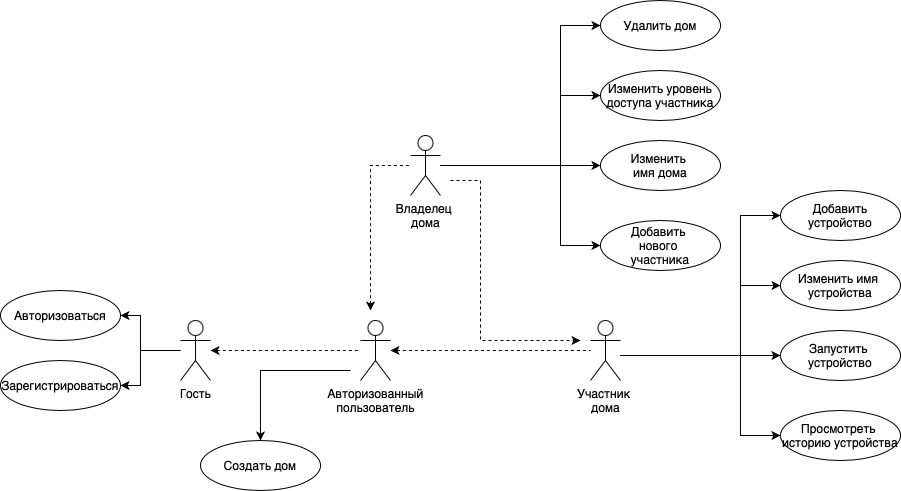
The draw.io diagram report/img/ucd.png in Mamvriyskiy/IoT-system, before a commit. Source tidied: cells renumbered, new cells last; positions are measured from the earlier drawing's top-left corner, leaving out a move shared by most shapes. Its diagram source:
```xml
<mxGraphModel>
  <root>
    <mxCell id="0" />
    <mxCell id="1" parent="0" />
    <mxCell id="2" value="Авторизованный&lt;div&gt;пользователь&lt;/div&gt;" style="shape=umlActor;verticalLabelPosition=bottom;verticalAlign=top;html=1;outlineConnect=0;" parent="1" vertex="1">
      <mxGeometry x="360" y="320" width="30" height="60" as="geometry" />
    </mxCell>
    <mxCell id="3" value="Гость&lt;br&gt;&lt;div&gt;&lt;br&gt;&lt;/div&gt;" style="shape=umlActor;verticalLabelPosition=bottom;verticalAlign=top;html=1;outlineConnect=0;" parent="1" vertex="1">
      <mxGeometry x="180" y="320" width="30" height="60" as="geometry" />
    </mxCell>
    <mxCell id="4" value="Участник&amp;nbsp;&lt;div&gt;дома&lt;/div&gt;" style="shape=umlActor;verticalLabelPosition=bottom;verticalAlign=top;html=1;outlineConnect=0;" parent="1" vertex="1">
      <mxGeometry x="590" y="320" width="30" height="60" as="geometry" />
    </mxCell>
    <mxCell id="5" value="Владелец&amp;nbsp;&lt;div&gt;дома&lt;/div&gt;" style="shape=umlActor;verticalLabelPosition=bottom;verticalAlign=top;html=1;outlineConnect=0;" parent="1" vertex="1">
      <mxGeometry x="410" y="135" width="30" height="60" as="geometry" />
    </mxCell>
    <mxCell id="6" style="endArrow=none;dashed=1;html=1;rounded=0;startArrow=classic;startFill=1;endFill=0;" parent="1" edge="1" source="2" target="4">
      <mxGeometry relative="1" as="geometry" />
    </mxCell>
    <mxCell id="7" style="endArrow=none;dashed=1;html=1;rounded=0;startArrow=classic;startFill=1;endFill=0;" parent="1" edge="1" target="5">
      <mxGeometry relative="1" as="geometry">
        <mxPoint x="370" y="310" as="sourcePoint" />
        <Array as="points">
          <mxPoint x="370" y="165" />
        </Array>
      </mxGeometry>
    </mxCell>
    <mxCell id="8" style="endArrow=none;dashed=1;html=1;rounded=0;startArrow=classic;startFill=1;endFill=0;" parent="1" edge="1" source="3" target="2">
      <mxGeometry relative="1" as="geometry" />
    </mxCell>
    <mxCell id="9" value="Авторизоваться" style="ellipse;whiteSpace=wrap;html=1;" parent="1" vertex="1">
      <mxGeometry y="290" width="120" height="50" as="geometry" />
    </mxCell>
    <mxCell id="10" value="Зарегистрироваться" style="ellipse;whiteSpace=wrap;html=1;" parent="1" vertex="1">
      <mxGeometry y="360" width="120" height="50" as="geometry" />
    </mxCell>
    <mxCell id="11" style="endArrow=classic;html=1;rounded=0;entryX=1;entryY=0.5;entryDx=0;entryDy=0;" parent="1" edge="1" source="3" target="9">
      <mxGeometry relative="1" as="geometry">
        <Array as="points">
          <mxPoint x="140" y="350" />
          <mxPoint x="140" y="315" />
        </Array>
      </mxGeometry>
    </mxCell>
    <mxCell id="12" style="endArrow=classic;html=1;rounded=0;entryX=1;entryY=0.5;entryDx=0;entryDy=0;" parent="1" edge="1" target="10">
      <mxGeometry relative="1" as="geometry">
        <mxPoint x="180" y="350" as="sourcePoint" />
        <Array as="points">
          <mxPoint x="140" y="350" />
          <mxPoint x="140" y="385" />
        </Array>
      </mxGeometry>
    </mxCell>
    <mxCell id="13" value="Создать дом" style="ellipse;whiteSpace=wrap;html=1;" parent="1" vertex="1">
      <mxGeometry x="200" y="440" width="120" height="50" as="geometry" />
    </mxCell>
    <mxCell id="14" style="endArrow=classic;html=1;rounded=0;entryX=0.5;entryY=0;entryDx=0;entryDy=0;" parent="1" edge="1" target="13">
      <mxGeometry relative="1" as="geometry">
        <mxPoint x="350" y="370" as="sourcePoint" />
        <Array as="points">
          <mxPoint x="260" y="370" />
          <mxPoint x="260" y="410" />
        </Array>
      </mxGeometry>
    </mxCell>
    <mxCell id="15" value="Изменить&amp;nbsp;&lt;div&gt;имя дома&lt;/div&gt;" style="ellipse;whiteSpace=wrap;html=1;" parent="1" vertex="1">
      <mxGeometry x="600" y="140" width="120" height="50" as="geometry" />
    </mxCell>
    <mxCell id="16" style="endArrow=classic;html=1;rounded=0;entryX=0;entryY=0.5;entryDx=0;entryDy=0;" parent="1" edge="1" source="5" target="15">
      <mxGeometry relative="1" as="geometry" />
    </mxCell>
    <mxCell id="17" style="endArrow=classic;dashed=1;html=1;rounded=0;startArrow=none;startFill=0;endFill=1;" parent="1" edge="1">
      <mxGeometry relative="1" as="geometry">
        <mxPoint x="450" y="180" as="sourcePoint" />
        <mxPoint x="580" y="340" as="targetPoint" />
        <Array as="points">
          <mxPoint x="480" y="180" />
          <mxPoint x="480" y="340" />
        </Array>
      </mxGeometry>
    </mxCell>
    <mxCell id="18" value="Добавить&amp;nbsp;&lt;div&gt;нового&amp;nbsp;&lt;/div&gt;&lt;div&gt;участника&lt;/div&gt;" style="ellipse;whiteSpace=wrap;html=1;" parent="1" vertex="1">
      <mxGeometry x="600" y="220" width="120" height="50" as="geometry" />
    </mxCell>
    <mxCell id="19" value="Изменить уровень&lt;div&gt;доступа участника&lt;/div&gt;" style="ellipse;whiteSpace=wrap;html=1;" parent="1" vertex="1">
      <mxGeometry x="600" y="70" width="120" height="50" as="geometry" />
    </mxCell>
    <mxCell id="20" value="Удалить дом" style="ellipse;whiteSpace=wrap;html=1;" parent="1" vertex="1">
      <mxGeometry x="600" width="120" height="50" as="geometry" />
    </mxCell>
    <mxCell id="21" style="endArrow=classic;html=1;rounded=0;entryX=0;entryY=0.5;entryDx=0;entryDy=0;" parent="1" edge="1" source="5" target="20">
      <mxGeometry relative="1" as="geometry">
        <Array as="points">
          <mxPoint x="560" y="165" />
          <mxPoint x="560" y="25" />
        </Array>
      </mxGeometry>
    </mxCell>
    <mxCell id="22" style="endArrow=classic;html=1;rounded=0;entryX=0;entryY=0.5;entryDx=0;entryDy=0;" parent="1" edge="1" source="5" target="19">
      <mxGeometry relative="1" as="geometry">
        <Array as="points">
          <mxPoint x="560" y="165" />
          <mxPoint x="560" y="95" />
        </Array>
      </mxGeometry>
    </mxCell>
    <mxCell id="23" style="endArrow=classic;html=1;rounded=0;entryX=0;entryY=0.5;entryDx=0;entryDy=0;" parent="1" edge="1" target="18">
      <mxGeometry relative="1" as="geometry">
        <mxPoint x="440" y="165" as="sourcePoint" />
        <Array as="points">
          <mxPoint x="560" y="165" />
          <mxPoint x="560" y="245" />
        </Array>
      </mxGeometry>
    </mxCell>
    <mxCell id="24" value="Запустить&amp;nbsp;&lt;div&gt;устройство&lt;/div&gt;" style="ellipse;whiteSpace=wrap;html=1;" parent="1" vertex="1">
      <mxGeometry x="780" y="330" width="120" height="50" as="geometry" />
    </mxCell>
    <mxCell id="25" style="endArrow=classic;html=1;rounded=0;entryX=0;entryY=0.5;entryDx=0;entryDy=0;" parent="1" edge="1" target="24">
      <mxGeometry relative="1" as="geometry">
        <mxPoint x="620" y="355" as="sourcePoint" />
      </mxGeometry>
    </mxCell>
    <mxCell id="26" value="Просмотреть&amp;nbsp;&lt;div&gt;историю устройства&lt;/div&gt;" style="ellipse;whiteSpace=wrap;html=1;" parent="1" vertex="1">
      <mxGeometry x="780" y="410" width="120" height="50" as="geometry" />
    </mxCell>
    <mxCell id="27" value="Изменить имя&amp;nbsp;&lt;div&gt;устройства&lt;/div&gt;" style="ellipse;whiteSpace=wrap;html=1;" parent="1" vertex="1">
      <mxGeometry x="780" y="260" width="120" height="50" as="geometry" />
    </mxCell>
    <mxCell id="28" value="Добавить устройство" style="ellipse;whiteSpace=wrap;html=1;" parent="1" vertex="1">
      <mxGeometry x="780" y="190" width="120" height="50" as="geometry" />
    </mxCell>
    <mxCell id="29" style="endArrow=classic;html=1;rounded=0;entryX=0;entryY=0.5;entryDx=0;entryDy=0;" parent="1" edge="1" target="28">
      <mxGeometry relative="1" as="geometry">
        <mxPoint x="620" y="355" as="sourcePoint" />
        <Array as="points">
          <mxPoint x="740" y="355" />
          <mxPoint x="740" y="215" />
        </Array>
      </mxGeometry>
    </mxCell>
    <mxCell id="30" style="endArrow=classic;html=1;rounded=0;entryX=0;entryY=0.5;entryDx=0;entryDy=0;" parent="1" edge="1" target="27">
      <mxGeometry relative="1" as="geometry">
        <mxPoint x="620" y="355" as="sourcePoint" />
        <Array as="points">
          <mxPoint x="740" y="355" />
          <mxPoint x="740" y="285" />
        </Array>
      </mxGeometry>
    </mxCell>
    <mxCell id="31" style="endArrow=classic;html=1;rounded=0;entryX=0;entryY=0.5;entryDx=0;entryDy=0;" parent="1" edge="1" target="26">
      <mxGeometry relative="1" as="geometry">
        <mxPoint x="620" y="355" as="sourcePoint" />
        <Array as="points">
          <mxPoint x="740" y="355" />
          <mxPoint x="740" y="435" />
        </Array>
      </mxGeometry>
    </mxCell>
  </root>
</mxGraphModel>
```
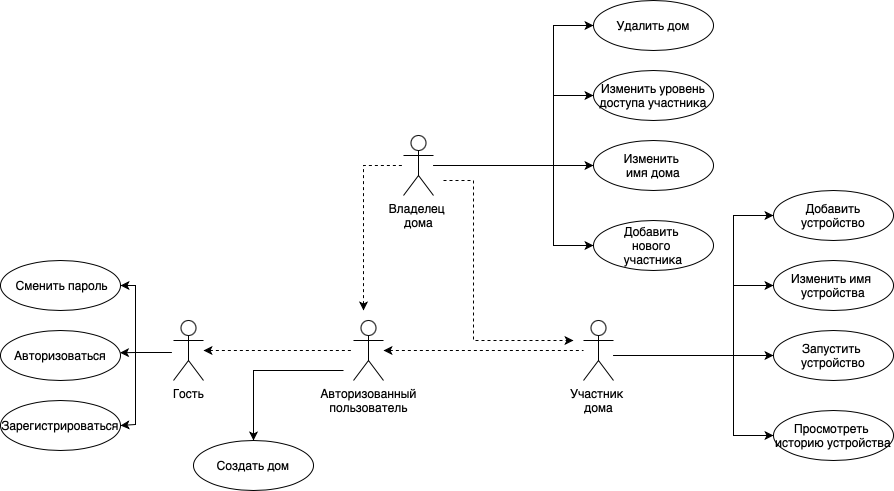
The same file after the commit.

What changed in the source:
```diff
@@ -29,25 +29,25 @@
       <mxGeometry relative="1" as="geometry" />
     </mxCell>
     <mxCell id="9" value="Авторизоваться" style="ellipse;whiteSpace=wrap;html=1;" parent="1" vertex="1">
-      <mxGeometry y="290" width="120" height="50" as="geometry" />
+      <mxGeometry x="7" y="330" width="120" height="50" as="geometry" />
     </mxCell>
     <mxCell id="10" value="Зарегистрироваться" style="ellipse;whiteSpace=wrap;html=1;" parent="1" vertex="1">
-      <mxGeometry y="360" width="120" height="50" as="geometry" />
+      <mxGeometry x="7" y="400" width="120" height="50" as="geometry" />
     </mxCell>
-    <mxCell id="11" style="endArrow=classic;html=1;rounded=0;entryX=1;entryY=0.5;entryDx=0;entryDy=0;" parent="1" edge="1" source="3" target="9">
+    <mxCell id="11" style="endArrow=classic;html=1;rounded=0;entryX=0.996;entryY=0.445;entryDx=0;entryDy=0;entryPerimeter=0;" parent="1" edge="1" target="9">
       <mxGeometry relative="1" as="geometry">
+        <mxPoint x="178" y="352" as="sourcePoint" />
         <Array as="points">
-          <mxPoint x="140" y="350" />
-          <mxPoint x="140" y="315" />
+          <mxPoint x="142" y="352" />
         </Array>
       </mxGeometry>
     </mxCell>
     <mxCell id="12" style="endArrow=classic;html=1;rounded=0;entryX=1;entryY=0.5;entryDx=0;entryDy=0;" parent="1" edge="1" target="10">
       <mxGeometry relative="1" as="geometry">
-        <mxPoint x="180" y="350" as="sourcePoint" />
+        <mxPoint x="178" y="352" as="sourcePoint" />
         <Array as="points">
-          <mxPoint x="140" y="350" />
-          <mxPoint x="140" y="385" />
+          <mxPoint x="142" y="352" />
+          <mxPoint x="142" y="424" />
         </Array>
       </mxGeometry>
     </mxCell>
@@ -157,5 +157,17 @@
         </Array>
       </mxGeometry>
     </mxCell>
+    <mxCell id="32" value="&amp;nbsp;Сменить пароль" style="ellipse;whiteSpace=wrap;html=1;" parent="1" vertex="1">
+      <mxGeometry x="7" y="260" width="120" height="50" as="geometry" />
+    </mxCell>
+    <mxCell id="33" style="endArrow=classic;html=1;rounded=0;entryX=1;entryY=0.5;entryDx=0;entryDy=0;" parent="1" edge="1" target="32">
+      <mxGeometry relative="1" as="geometry">
+        <mxPoint x="178" y="352" as="sourcePoint" />
+        <Array as="points">
+          <mxPoint x="142" y="352" />
+          <mxPoint x="142" y="285" />
+        </Array>
+      </mxGeometry>
+    </mxCell>
   </root>
 </mxGraphModel>
```
